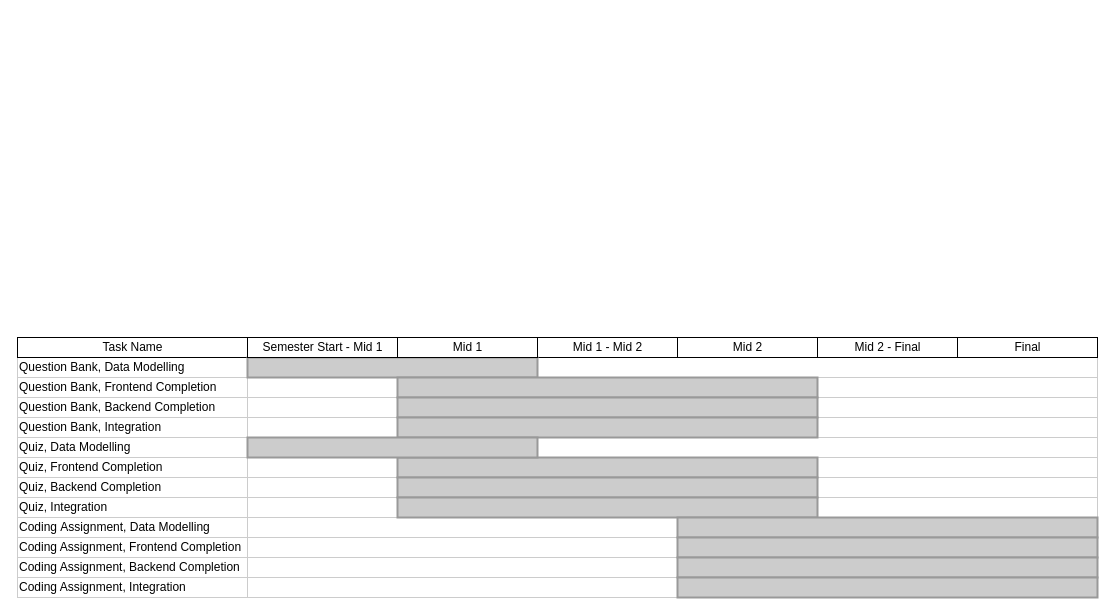
Before: FYP Progress Report, Complete Timeline.drawio in Rubix982/DrawIODiagrams, a draw.io diagram. Source tidied: cells renumbered, new cells numbered last; positions are measured from the earlier drawing's top-left corner, leaving out a move shared by most shapes. Both pictures are drawn from the tidied source at 100%, with x=0, y=0 at pixel (17, 337).
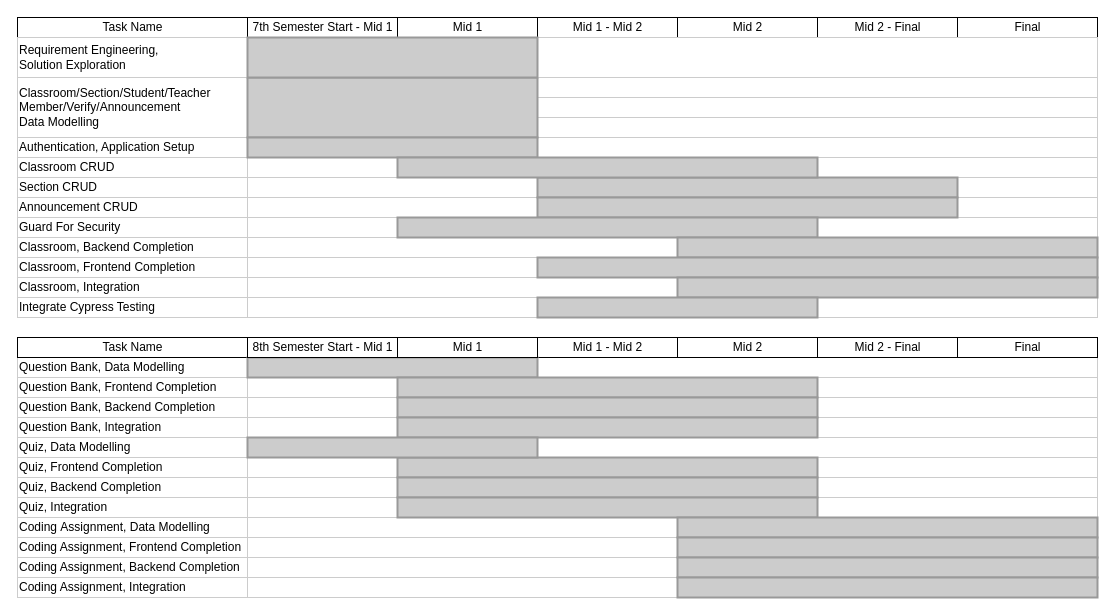
After the change.

Diff of the diagram source:
```diff
@@
-    <mxCell id="38" value="Semester Start - Mid 1" style="strokeWidth=1;fontStyle=0;html=1;" parent="1" vertex="1">
+    <mxCell id="38" value="8th Semester Start - Mid 1" style="strokeWidth=1;fontStyle=0;html=1;" parent="1" vertex="1">
       <mxGeometry x="230" width="150" height="20" as="geometry" />
     </mxCell>
@@
+    <mxCell id="45" value="Classroom/Section/Student/Teacher&lt;br&gt;Member/Verify/Announcement&lt;br&gt;Data Modelling" style="align=left;strokeColor=#CCCCCC;html=1;" parent="1" vertex="1">
+      <mxGeometry y="-260" width="230" height="60" as="geometry" />
+    </mxCell>
+    <mxCell id="46" value="Authentication, Application Setup" style="align=left;strokeColor=#CCCCCC;html=1;" parent="1" vertex="1">
+      <mxGeometry y="-200" width="230" height="20" as="geometry" />
+    </mxCell>
+    <mxCell id="47" value="Section CRUD" style="align=left;strokeColor=#CCCCCC;html=1;" parent="1" vertex="1">
+      <mxGeometry y="-160" width="230" height="20" as="geometry" />
+    </mxCell>
+    <mxCell id="48" value="Announcement CRUD" style="align=left;strokeColor=#CCCCCC;html=1;" parent="1" vertex="1">
+      <mxGeometry y="-140" width="230" height="20" as="geometry" />
+    </mxCell>
+    <mxCell id="49" value="Task Name" style="strokeWidth=1;fontStyle=0;html=1;" parent="1" vertex="1">
+      <mxGeometry y="-320" width="230" height="20" as="geometry" />
+    </mxCell>
+    <mxCell id="50" value="Guard For Security" style="align=left;strokeColor=#CCCCCC;html=1;" parent="1" vertex="1">
+      <mxGeometry y="-120" width="230" height="20" as="geometry" />
+    </mxCell>
+    <mxCell id="51" value="Classroom CRUD" style="align=left;strokeColor=#CCCCCC;html=1;" parent="1" vertex="1">
+      <mxGeometry y="-180" width="230" height="20" as="geometry" />
+    </mxCell>
+    <mxCell id="52" style="align=left;strokeColor=#CCCCCC;html=1;" parent="1" vertex="1">
+      <mxGeometry x="230" y="-260" width="850" height="20" as="geometry" />
+    </mxCell>
+    <mxCell id="53" value="Mid 1 - Mid 2" style="strokeWidth=1;fontStyle=0;html=1;" parent="1" vertex="1">
+      <mxGeometry x="520" y="-320" width="140" height="20" as="geometry" />
+    </mxCell>
+    <mxCell id="54" value="Mid 2" style="strokeWidth=1;fontStyle=0;html=1;" parent="1" vertex="1">
+      <mxGeometry x="660" y="-320" width="140" height="20" as="geometry" />
+    </mxCell>
+    <mxCell id="55" value="Mid 2 - Final" style="strokeWidth=1;fontStyle=0;html=1;" parent="1" vertex="1">
+      <mxGeometry x="800" y="-320" width="140" height="20" as="geometry" />
+    </mxCell>
+    <mxCell id="56" value="Final" style="strokeWidth=1;fontStyle=0;html=1;" parent="1" vertex="1">
+      <mxGeometry x="940" y="-320" width="140" height="20" as="geometry" />
+    </mxCell>
+    <mxCell id="57" style="align=left;strokeColor=#CCCCCC;html=1;" parent="1" vertex="1">
+      <mxGeometry x="230" y="-240" width="850" height="20" as="geometry" />
+    </mxCell>
+    <mxCell id="58" style="align=left;strokeColor=#CCCCCC;html=1;" parent="1" vertex="1">
+      <mxGeometry x="230" y="-220" width="850" height="20" as="geometry" />
+    </mxCell>
+    <mxCell id="59" style="align=left;strokeColor=#CCCCCC;html=1;" parent="1" vertex="1">
+      <mxGeometry x="230" y="-200" width="850" height="20" as="geometry" />
+    </mxCell>
+    <mxCell id="60" style="align=left;strokeColor=#CCCCCC;html=1;" parent="1" vertex="1">
+      <mxGeometry x="230" y="-160" width="850" height="20" as="geometry" />
+    </mxCell>
+    <mxCell id="61" style="align=left;strokeColor=#CCCCCC;html=1;" parent="1" vertex="1">
+      <mxGeometry x="230" y="-140" width="850" height="20" as="geometry" />
+    </mxCell>
+    <mxCell id="62" style="align=left;strokeColor=#CCCCCC;html=1;" parent="1" vertex="1">
+      <mxGeometry x="230" y="-120" width="850" height="20" as="geometry" />
+    </mxCell>
+    <mxCell id="63" style="align=left;strokeColor=#CCCCCC;html=1;" parent="1" vertex="1">
+      <mxGeometry x="230" y="-180" width="850" height="20" as="geometry" />
+    </mxCell>
+    <mxCell id="64" style="whiteSpace=wrap;html=1;strokeWidth=2;fillColor=#CCCCCC;gradientColor=none;fontSize=14;align=center;strokeColor=#999999;" parent="1" vertex="1">
+      <mxGeometry x="230" y="-260" width="290" height="60" as="geometry" />
+    </mxCell>
+    <mxCell id="65" style="whiteSpace=wrap;html=1;strokeWidth=2;fillColor=#CCCCCC;gradientColor=none;fontSize=14;align=center;strokeColor=#999999;" parent="1" vertex="1">
+      <mxGeometry x="230" y="-200" width="290" height="20" as="geometry" />
+    </mxCell>
+    <mxCell id="66" style="whiteSpace=wrap;html=1;strokeWidth=2;fillColor=#CCCCCC;gradientColor=none;fontSize=14;align=center;strokeColor=#999999;" parent="1" vertex="1">
+      <mxGeometry x="520" y="-160" width="420" height="20" as="geometry" />
+    </mxCell>
+    <mxCell id="67" style="whiteSpace=wrap;html=1;strokeWidth=2;fillColor=#CCCCCC;gradientColor=none;fontSize=14;align=center;strokeColor=#999999;" parent="1" vertex="1">
+      <mxGeometry x="520" y="-140" width="420" height="20" as="geometry" />
+    </mxCell>
+    <mxCell id="68" value="Mid 1" style="strokeWidth=1;fontStyle=0;html=1;" parent="1" vertex="1">
+      <mxGeometry x="380" y="-320" width="140" height="20" as="geometry" />
+    </mxCell>
+    <mxCell id="69" value="Classroom, Backend Completion" style="align=left;strokeColor=#CCCCCC;html=1;" parent="1" vertex="1">
+      <mxGeometry y="-100" width="230" height="20" as="geometry" />
+    </mxCell>
+    <mxCell id="70" style="align=left;strokeColor=#CCCCCC;html=1;" parent="1" vertex="1">
+      <mxGeometry x="230" y="-100" width="850" height="20" as="geometry" />
+    </mxCell>
+    <mxCell id="71" value="Classroom, Frontend Completion" style="align=left;strokeColor=#CCCCCC;html=1;" parent="1" vertex="1">
+      <mxGeometry y="-80" width="230" height="20" as="geometry" />
+    </mxCell>
+    <mxCell id="72" style="align=left;strokeColor=#CCCCCC;html=1;" parent="1" vertex="1">
+      <mxGeometry x="230" y="-80" width="850" height="20" as="geometry" />
+    </mxCell>
+    <mxCell id="73" value="Classroom, Integration" style="align=left;strokeColor=#CCCCCC;html=1;" parent="1" vertex="1">
+      <mxGeometry y="-60" width="230" height="20" as="geometry" />
+    </mxCell>
+    <mxCell id="74" style="align=left;strokeColor=#CCCCCC;html=1;" parent="1" vertex="1">
+      <mxGeometry x="230" y="-60" width="850" height="20" as="geometry" />
+    </mxCell>
+    <mxCell id="75" value="Integrate Cypress Testing" style="align=left;strokeColor=#CCCCCC;html=1;" parent="1" vertex="1">
+      <mxGeometry y="-40" width="230" height="20" as="geometry" />
+    </mxCell>
+    <mxCell id="76" style="align=left;strokeColor=#CCCCCC;html=1;" parent="1" vertex="1">
+      <mxGeometry x="230" y="-40" width="850" height="20" as="geometry" />
+    </mxCell>
+    <mxCell id="77" value="7th Semester Start - Mid 1" style="strokeWidth=1;fontStyle=0;html=1;" parent="1" vertex="1">
+      <mxGeometry x="230" y="-320" width="150" height="20" as="geometry" />
+    </mxCell>
+    <mxCell id="78" style="whiteSpace=wrap;html=1;strokeWidth=2;fillColor=#CCCCCC;gradientColor=none;fontSize=14;align=center;strokeColor=#999999;" parent="1" vertex="1">
+      <mxGeometry x="380" y="-180" width="420" height="20" as="geometry" />
+    </mxCell>
+    <mxCell id="79" style="whiteSpace=wrap;html=1;strokeWidth=2;fillColor=#CCCCCC;gradientColor=none;fontSize=14;align=center;strokeColor=#999999;" parent="1" vertex="1">
+      <mxGeometry x="380" y="-120" width="420" height="20" as="geometry" />
+    </mxCell>
+    <mxCell id="80" style="whiteSpace=wrap;html=1;strokeWidth=2;fillColor=#CCCCCC;gradientColor=none;fontSize=14;align=center;strokeColor=#999999;" parent="1" vertex="1">
+      <mxGeometry x="660" y="-100" width="420" height="20" as="geometry" />
+    </mxCell>
+    <mxCell id="81" style="whiteSpace=wrap;html=1;strokeWidth=2;fillColor=#CCCCCC;gradientColor=none;fontSize=14;align=center;strokeColor=#999999;" parent="1" vertex="1">
+      <mxGeometry x="520" y="-80" width="560" height="20" as="geometry" />
+    </mxCell>
+    <mxCell id="82" style="whiteSpace=wrap;html=1;strokeWidth=2;fillColor=#CCCCCC;gradientColor=none;fontSize=14;align=center;strokeColor=#999999;" parent="1" vertex="1">
+      <mxGeometry x="660" y="-60" width="420" height="20" as="geometry" />
+    </mxCell>
+    <mxCell id="83" style="whiteSpace=wrap;html=1;strokeWidth=2;fillColor=#CCCCCC;gradientColor=none;fontSize=14;align=center;strokeColor=#999999;" parent="1" vertex="1">
+      <mxGeometry x="520" y="-40" width="280" height="20" as="geometry" />
+    </mxCell>
+    <mxCell id="84" value="Requirement Engineering,&lt;br&gt;Solution Exploration" style="align=left;strokeColor=#CCCCCC;html=1;" parent="1" vertex="1">
+      <mxGeometry y="-300" width="230" height="40" as="geometry" />
+    </mxCell>
+    <mxCell id="85" style="align=left;strokeColor=#CCCCCC;html=1;" parent="1" vertex="1">
+      <mxGeometry x="230" y="-300" width="850" height="40" as="geometry" />
+    </mxCell>
+    <mxCell id="86" style="whiteSpace=wrap;html=1;strokeWidth=2;fillColor=#CCCCCC;gradientColor=none;fontSize=14;align=center;strokeColor=#999999;sketch=0;shadow=0;glass=0;rounded=0;" parent="1" vertex="1">
+      <mxGeometry x="230" y="-300" width="290" height="40" as="geometry" />
+    </mxCell>
```
